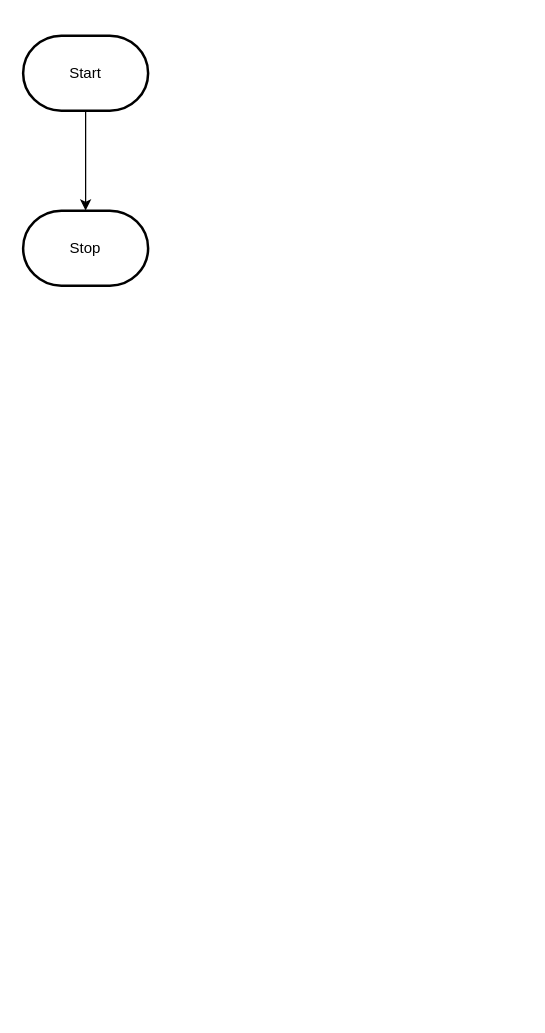
Above: design/flowchart.drawio in MTHS-ICS2O-2-2022/ICS2O-Unit-5-01-Armatys22 (draw.io), before the change. Source tidied: cells renumbered, new cells numbered last; positions are measured from the earlier drawing's top-left corner, leaving out a move shared by most shapes. Both pictures are drawn from the tidied source at 125%, with x=0, y=0 at pixel (22, 35).
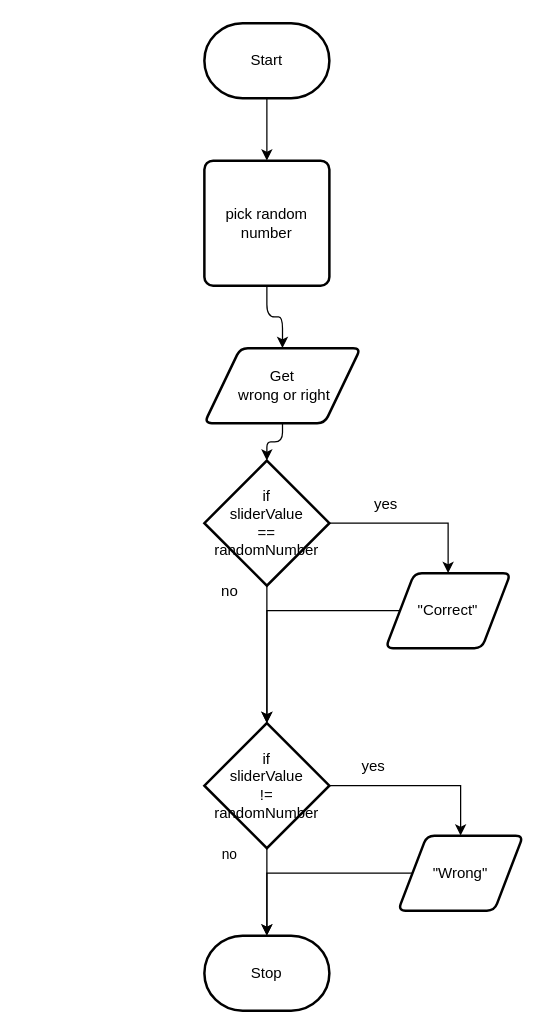
Above is the later version.

Change to the diagram source:
```diff
@@
-    <mxCell id="2" style="edgeStyle=orthogonalEdgeStyle;html=1;rounded=0;" parent="1" edge="1" source="3" target="4">
+    <mxCell id="2" style="edgeStyle=none;html=1;exitX=0.5;exitY=1;exitDx=0;exitDy=0;exitPerimeter=0;entryX=0.5;entryY=0;entryDx=0;entryDy=0;" parent="1" edge="1" source="3" target="6">
       <mxGeometry relative="1" as="geometry" />
     </mxCell>
     <mxCell id="3" value="Start" style="strokeWidth=2;html=1;shape=mxgraph.flowchart.terminator;whiteSpace=wrap;" parent="1" vertex="1">
-      <mxGeometry width="100" height="60" as="geometry" />
+      <mxGeometry x="145" y="-10" width="100" height="60" as="geometry" />
     </mxCell>
     <mxCell id="4" value="Stop" style="strokeWidth=2;html=1;shape=mxgraph.flowchart.terminator;whiteSpace=wrap;" parent="1" vertex="1">
-      <mxGeometry y="140" width="100" height="60" as="geometry" />
+      <mxGeometry x="145" y="720" width="100" height="60" as="geometry" />
     </mxCell>
+    <mxCell id="5" style="edgeStyle=orthogonalEdgeStyle;html=1;exitX=0.5;exitY=1;exitDx=0;exitDy=0;entryX=0.5;entryY=0;entryDx=0;entryDy=0;" parent="1" edge="1" source="6" target="8">
+      <mxGeometry relative="1" as="geometry" />
+    </mxCell>
+    <mxCell id="6" value="pick random number" style="rounded=1;whiteSpace=wrap;html=1;absoluteArcSize=1;arcSize=14;strokeWidth=2;" parent="1" vertex="1">
+      <mxGeometry x="145" y="100" width="100" height="100" as="geometry" />
+    </mxCell>
+    <mxCell id="7" style="edgeStyle=orthogonalEdgeStyle;html=1;exitX=0.5;exitY=1;exitDx=0;exitDy=0;entryX=0.5;entryY=0;entryDx=0;entryDy=0;entryPerimeter=0;" parent="1" edge="1" source="8" target="11">
+      <mxGeometry relative="1" as="geometry" />
+    </mxCell>
+    <mxCell id="8" value="Get&lt;br&gt;&amp;nbsp;wrong or right" style="shape=parallelogram;html=1;strokeWidth=2;perimeter=parallelogramPerimeter;whiteSpace=wrap;rounded=1;arcSize=12;size=0.23;" parent="1" vertex="1">
+      <mxGeometry x="145" y="250" width="125" height="60" as="geometry" />
+    </mxCell>
+    <mxCell id="9" style="edgeStyle=orthogonalEdgeStyle;html=1;exitX=1;exitY=0.5;exitDx=0;exitDy=0;exitPerimeter=0;entryX=0.5;entryY=0;entryDx=0;entryDy=0;rounded=0;" parent="1" edge="1" source="11" target="14">
+      <mxGeometry relative="1" as="geometry" />
+    </mxCell>
+    <mxCell id="10" style="edgeStyle=orthogonalEdgeStyle;rounded=0;html=1;exitX=0.5;exitY=1;exitDx=0;exitDy=0;exitPerimeter=0;entryX=0.5;entryY=0;entryDx=0;entryDy=0;entryPerimeter=0;" parent="1" edge="1" source="11" target="18">
+      <mxGeometry relative="1" as="geometry" />
+    </mxCell>
+    <mxCell id="11" value="if&lt;br&gt;sliderValue&lt;br&gt;==&lt;br&gt;randomNumber" style="strokeWidth=2;html=1;shape=mxgraph.flowchart.decision;whiteSpace=wrap;" parent="1" vertex="1">
+      <mxGeometry x="145" y="340" width="100" height="100" as="geometry" />
+    </mxCell>
+    <mxCell id="12" style="edgeStyle=orthogonalEdgeStyle;rounded=0;html=1;exitX=0;exitY=0.5;exitDx=0;exitDy=0;entryX=1.141;entryY=0.693;entryDx=0;entryDy=0;entryPerimeter=0;strokeColor=none;" parent="1" edge="1" source="14" target="19">
+      <mxGeometry relative="1" as="geometry" />
+    </mxCell>
+    <mxCell id="13" style="edgeStyle=orthogonalEdgeStyle;shape=connector;rounded=0;html=1;labelBackgroundColor=default;strokeColor=default;fontFamily=Helvetica;fontSize=11;fontColor=default;endArrow=classic;" parent="1" edge="1" source="14" target="18">
+      <mxGeometry relative="1" as="geometry">
+        <Array as="points">
+          <mxPoint x="195" y="460" />
+        </Array>
+      </mxGeometry>
+    </mxCell>
+    <mxCell id="14" value="&quot;Correct&quot;" style="shape=parallelogram;html=1;strokeWidth=2;perimeter=parallelogramPerimeter;whiteSpace=wrap;rounded=1;arcSize=12;size=0.23;" parent="1" vertex="1">
+      <mxGeometry x="290" y="430" width="100" height="60" as="geometry" />
+    </mxCell>
+    <mxCell id="15" value="yes" style="text;html=1;align=center;verticalAlign=middle;strokeColor=none;fillColor=none;" parent="1" vertex="1">
+      <mxGeometry x="270" y="360" width="40" height="30" as="geometry" />
+    </mxCell>
+    <mxCell id="16" style="edgeStyle=orthogonalEdgeStyle;shape=connector;rounded=0;html=1;exitX=1;exitY=0.5;exitDx=0;exitDy=0;exitPerimeter=0;entryX=0.5;entryY=0;entryDx=0;entryDy=0;labelBackgroundColor=default;strokeColor=default;fontFamily=Helvetica;fontSize=11;fontColor=default;endArrow=classic;" parent="1" edge="1" source="18" target="21">
+      <mxGeometry relative="1" as="geometry" />
+    </mxCell>
+    <mxCell id="17" style="edgeStyle=orthogonalEdgeStyle;shape=connector;rounded=0;html=1;exitX=0.5;exitY=1;exitDx=0;exitDy=0;exitPerimeter=0;entryX=0.5;entryY=0;entryDx=0;entryDy=0;entryPerimeter=0;labelBackgroundColor=default;strokeColor=default;fontFamily=Helvetica;fontSize=11;fontColor=default;endArrow=classic;" parent="1" edge="1" source="18" target="4">
+      <mxGeometry relative="1" as="geometry" />
+    </mxCell>
+    <mxCell id="18" value="if&lt;br&gt;sliderValue&lt;br&gt;!=&lt;br&gt;randomNumber" style="strokeWidth=2;html=1;shape=mxgraph.flowchart.decision;whiteSpace=wrap;" parent="1" vertex="1">
+      <mxGeometry x="145" y="550" width="100" height="100" as="geometry" />
+    </mxCell>
+    <mxCell id="19" value="no" style="text;html=1;align=center;verticalAlign=middle;points=[];strokeColor=none;fillColor=none;" parent="1" vertex="1">
+      <mxGeometry x="145" y="430" width="40" height="30" as="geometry" />
+    </mxCell>
+    <mxCell id="20" style="edgeStyle=orthogonalEdgeStyle;shape=connector;rounded=0;html=1;exitX=0;exitY=0.5;exitDx=0;exitDy=0;entryX=0.5;entryY=0;entryDx=0;entryDy=0;entryPerimeter=0;labelBackgroundColor=default;strokeColor=default;fontFamily=Helvetica;fontSize=11;fontColor=default;endArrow=classic;" parent="1" edge="1" source="21" target="4">
+      <mxGeometry relative="1" as="geometry" />
+    </mxCell>
+    <mxCell id="21" value="&quot;Wrong&quot;" style="shape=parallelogram;html=1;strokeWidth=2;perimeter=parallelogramPerimeter;whiteSpace=wrap;rounded=1;arcSize=12;size=0.23;" parent="1" vertex="1">
+      <mxGeometry x="300" y="640" width="100" height="60" as="geometry" />
+    </mxCell>
+    <mxCell id="22" value="yes" style="text;html=1;align=center;verticalAlign=middle;strokeColor=none;fillColor=none;" parent="1" vertex="1">
+      <mxGeometry x="260" y="570" width="40" height="30" as="geometry" />
+    </mxCell>
+    <mxCell id="23" value="no" style="text;html=1;align=center;verticalAlign=middle;strokeColor=none;fillColor=none;fontSize=11;fontFamily=Helvetica;fontColor=default;" parent="1" vertex="1">
+      <mxGeometry x="145" y="640" width="40" height="30" as="geometry" />
+    </mxCell>
```
